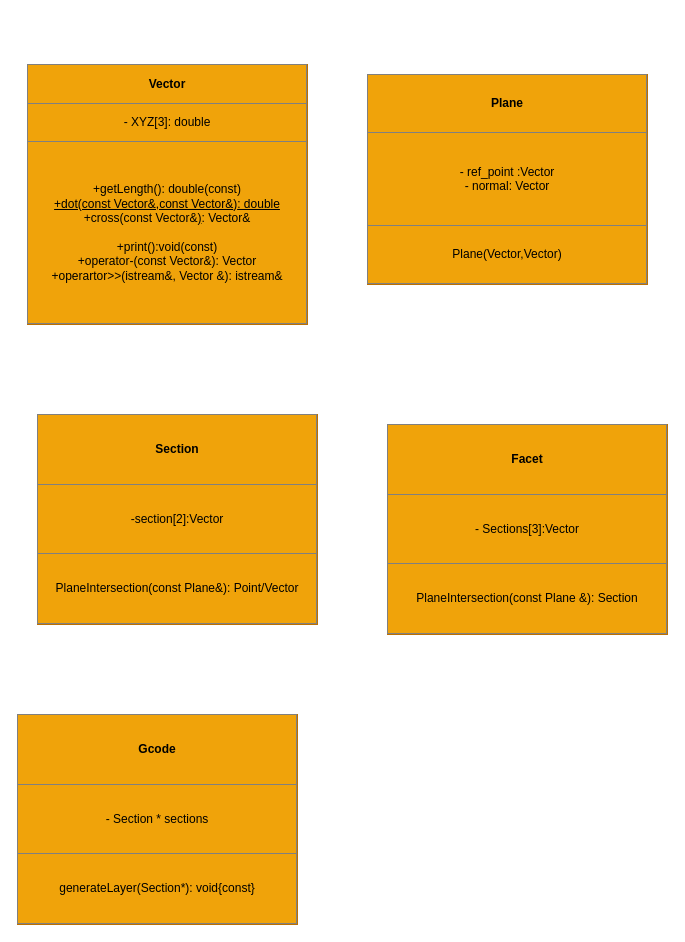
The draw.io diagram Code_Final/UML/UML.drawio in krisztiancsuta/STL_Slicer, before the edit. Source tidied: cells renumbered, new cells numbered last; positions are measured from the earlier drawing's top-left corner, leaving out a move shared by most shapes. Both pictures are drawn from the tidied source at 100%, with x=0, y=0 at pixel (17, 64).
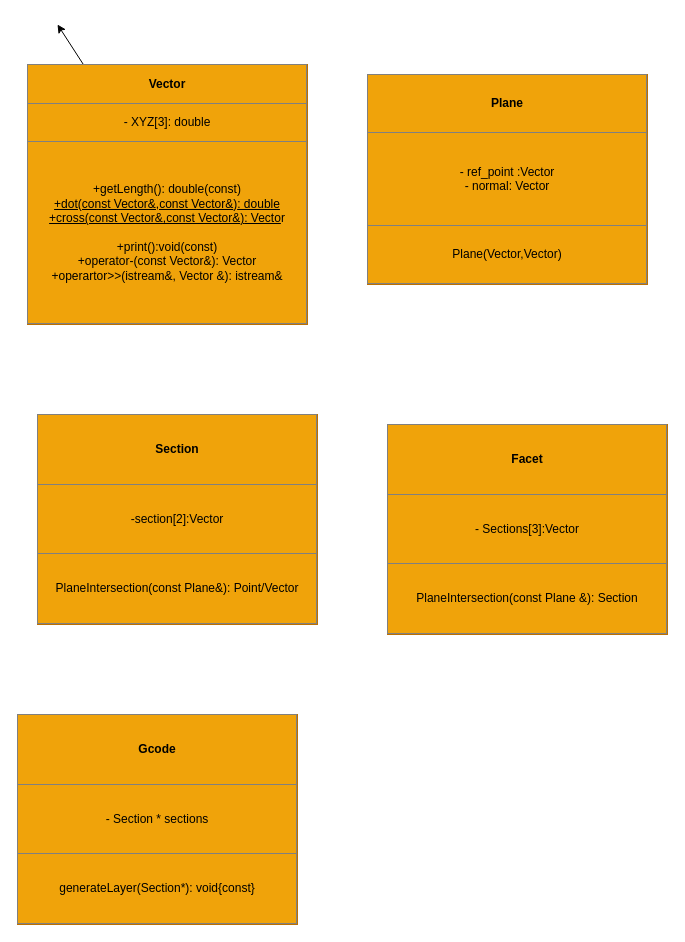
Above is the later version.

Diff of the diagram source:
```diff
@@
 <mxGraphModel>
   <root>
     <mxCell id="0" />
     <mxCell id="1" parent="0" />
+    <mxCell id="7" style="edgeStyle=none;html=1;" parent="1" edge="1" source="2">
+      <mxGeometry relative="1" as="geometry">
+        <mxPoint x="40" y="-40" as="targetPoint" />
+      </mxGeometry>
+    </mxCell>
-    <mxCell id="2" value="&lt;table border=&quot;1&quot; width=&quot;100%&quot; height=&quot;100%&quot; cellpadding=&quot;4&quot; style=&quot;width:100%;height:100%;border-collapse:collapse;&quot;&gt;&lt;tbody&gt;&lt;tr&gt;&lt;th align=&quot;center&quot;&gt;&lt;b&gt;Vector&lt;/b&gt;&lt;/th&gt;&lt;/tr&gt;&lt;tr&gt;&lt;td align=&quot;center&quot;&gt;- XYZ[3]: double&lt;br&gt;&lt;/td&gt;&lt;/tr&gt;&lt;tr&gt;&lt;td align=&quot;center&quot;&gt;+getLength(): double(const)&lt;br&gt;&lt;u&gt;+dot(const Vector&amp;amp;,const Vector&amp;amp;&lt;span style=&quot;background-color: initial; text-align: left;&quot;&gt;)&lt;/span&gt;&lt;span style=&quot;background-color: initial; text-align: left;&quot;&gt;: double&lt;/span&gt;&lt;/u&gt;&lt;br&gt;+cross(const Vector&amp;amp;&lt;u style=&quot;background-color: initial; text-align: left;&quot;&gt;)&lt;/u&gt;&lt;span style=&quot;background-color: initial; text-align: left;&quot;&gt;: Vector&amp;amp;&lt;br&gt;&lt;/span&gt;&lt;br&gt;+print():void(const)&lt;br&gt;+operator-(const Vector&amp;amp;): Vector&lt;br&gt;+operartor&amp;gt;&amp;gt;(istream&amp;amp;, Vector &amp;amp;): istream&amp;amp;&lt;br&gt;&lt;/td&gt;&lt;/tr&gt;&lt;/tbody&gt;&lt;/table&gt;" style="text;html=1;whiteSpace=wrap;strokeColor=#BD7000;fillColor=#f0a30a;overflow=fill;fontColor=#000000;" parent="1" vertex="1">
+    <mxCell id="2" value="&lt;table border=&quot;1&quot; width=&quot;100%&quot; height=&quot;100%&quot; cellpadding=&quot;4&quot; style=&quot;width:100%;height:100%;border-collapse:collapse;&quot;&gt;&lt;tbody&gt;&lt;tr&gt;&lt;th align=&quot;center&quot;&gt;&lt;b&gt;Vector&lt;/b&gt;&lt;/th&gt;&lt;/tr&gt;&lt;tr&gt;&lt;td align=&quot;center&quot;&gt;- XYZ[3]: double&lt;br&gt;&lt;/td&gt;&lt;/tr&gt;&lt;tr&gt;&lt;td align=&quot;center&quot;&gt;+getLength(): double(const)&lt;br&gt;&lt;u&gt;+dot(const Vector&amp;amp;,const Vector&amp;amp;&lt;span style=&quot;background-color: initial; text-align: left;&quot;&gt;)&lt;/span&gt;&lt;span style=&quot;background-color: initial; text-align: left;&quot;&gt;: double&lt;/span&gt;&lt;/u&gt;&lt;br&gt;&lt;u&gt;+cross(const Vector&amp;amp;,const Vector&amp;amp;&lt;span style=&quot;background-color: initial; text-align: left;&quot;&gt;)&lt;/span&gt;&lt;/u&gt;&lt;span style=&quot;background-color: initial; text-align: left;&quot;&gt;&lt;u&gt;: Vecto&lt;/u&gt;r&lt;/span&gt;&lt;br&gt;&lt;br&gt;+print():void(const)&lt;br&gt;+operator-(const Vector&amp;amp;): Vector&lt;br&gt;+operartor&amp;gt;&amp;gt;(istream&amp;amp;, Vector &amp;amp;): istream&amp;amp;&lt;br&gt;&lt;/td&gt;&lt;/tr&gt;&lt;/tbody&gt;&lt;/table&gt;" style="text;html=1;whiteSpace=wrap;strokeColor=#BD7000;fillColor=#f0a30a;overflow=fill;fontColor=#000000;" parent="1" vertex="1">
       <mxGeometry x="10" width="280" height="260" as="geometry" />
     </mxCell>
     <mxCell id="3" value="&lt;table border=&quot;1&quot; width=&quot;100%&quot; height=&quot;100%&quot; cellpadding=&quot;4&quot; style=&quot;width:100%;height:100%;border-collapse:collapse;&quot;&gt;&lt;tbody&gt;&lt;tr&gt;&lt;th align=&quot;center&quot;&gt;&lt;b&gt;Plane&lt;/b&gt;&lt;/th&gt;&lt;/tr&gt;&lt;tr&gt;&lt;td align=&quot;center&quot;&gt;- ref_point :Vector&lt;br&gt;- normal: Vector&lt;/td&gt;&lt;/tr&gt;&lt;tr&gt;&lt;td align=&quot;center&quot;&gt;Plane(Vector,Vector)&lt;/td&gt;&lt;/tr&gt;&lt;/tbody&gt;&lt;/table&gt;" style="text;html=1;whiteSpace=wrap;strokeColor=#BD7000;fillColor=#f0a30a;overflow=fill;fontColor=#000000;" parent="1" vertex="1">
       <mxGeometry x="350" y="10" width="280" height="210" as="geometry" />
     </mxCell>
     <mxCell id="4" value="&lt;table border=&quot;1&quot; width=&quot;100%&quot; height=&quot;100%&quot; cellpadding=&quot;4&quot; style=&quot;width:100%;height:100%;border-collapse:collapse;&quot;&gt;&lt;tbody&gt;&lt;tr&gt;&lt;th align=&quot;center&quot;&gt;&lt;b&gt;Section&lt;/b&gt;&lt;/th&gt;&lt;/tr&gt;&lt;tr&gt;&lt;td align=&quot;center&quot;&gt;-section[2]:Vector&lt;/td&gt;&lt;/tr&gt;&lt;tr&gt;&lt;td align=&quot;center&quot;&gt;PlaneIntersection(const Plane&amp;amp;): Point/Vector&lt;/td&gt;&lt;/tr&gt;&lt;/tbody&gt;&lt;/table&gt;" style="text;html=1;whiteSpace=wrap;strokeColor=#BD7000;fillColor=#f0a30a;overflow=fill;fontColor=#000000;" parent="1" vertex="1">
       <mxGeometry x="20" y="350" width="280" height="210" as="geometry" />
     </mxCell>
     <mxCell id="5" value="&lt;table border=&quot;1&quot; width=&quot;100%&quot; height=&quot;100%&quot; cellpadding=&quot;4&quot; style=&quot;width:100%;height:100%;border-collapse:collapse;&quot;&gt;&lt;tbody&gt;&lt;tr&gt;&lt;th align=&quot;center&quot;&gt;&lt;b&gt;Facet&lt;/b&gt;&lt;/th&gt;&lt;/tr&gt;&lt;tr&gt;&lt;td align=&quot;center&quot;&gt;- Sections[3]:Vector&lt;/td&gt;&lt;/tr&gt;&lt;tr&gt;&lt;td align=&quot;center&quot;&gt;PlaneIntersection(const Plane &amp;amp;): Section&lt;/td&gt;&lt;/tr&gt;&lt;/tbody&gt;&lt;/table&gt;" style="text;html=1;whiteSpace=wrap;strokeColor=#BD7000;fillColor=#f0a30a;overflow=fill;fontColor=#000000;" parent="1" vertex="1">
       <mxGeometry x="370" y="360" width="280" height="210" as="geometry" />
     </mxCell>
     <mxCell id="6" value="&lt;table border=&quot;1&quot; width=&quot;100%&quot; height=&quot;100%&quot; cellpadding=&quot;4&quot; style=&quot;width:100%;height:100%;border-collapse:collapse;&quot;&gt;&lt;tbody&gt;&lt;tr&gt;&lt;th align=&quot;center&quot;&gt;Gcode&lt;/th&gt;&lt;/tr&gt;&lt;tr&gt;&lt;td align=&quot;center&quot;&gt;- Section * sections&lt;/td&gt;&lt;/tr&gt;&lt;tr&gt;&lt;td align=&quot;center&quot;&gt;generateLayer(Section*): void{const}&lt;/td&gt;&lt;/tr&gt;&lt;/tbody&gt;&lt;/table&gt;" style="text;html=1;whiteSpace=wrap;strokeColor=#BD7000;fillColor=#f0a30a;overflow=fill;fontColor=#000000;" parent="1" vertex="1">
       <mxGeometry y="650" width="280" height="210" as="geometry" />
     </mxCell>
   </root>
 </mxGraphModel>
```
